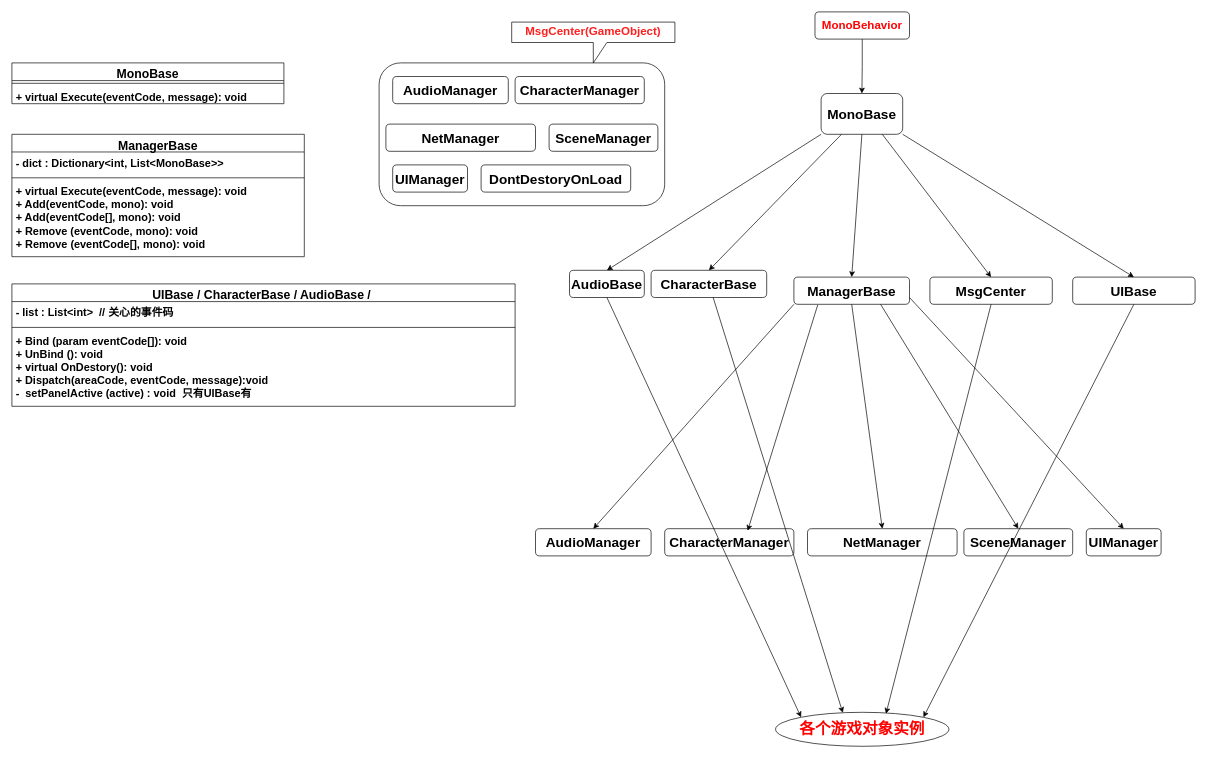
This is 网络斗地主.drawio from chhelloworld/DrawRepository, a draw.io file, before an edit. Source tidied: cells renumbered, new cells numbered last; positions are measured from the earlier drawing's top-left corner, leaving out a move shared by most shapes. Both pictures are drawn from the tidied source at 68%, with x=0, y=0 at pixel (12, 12).
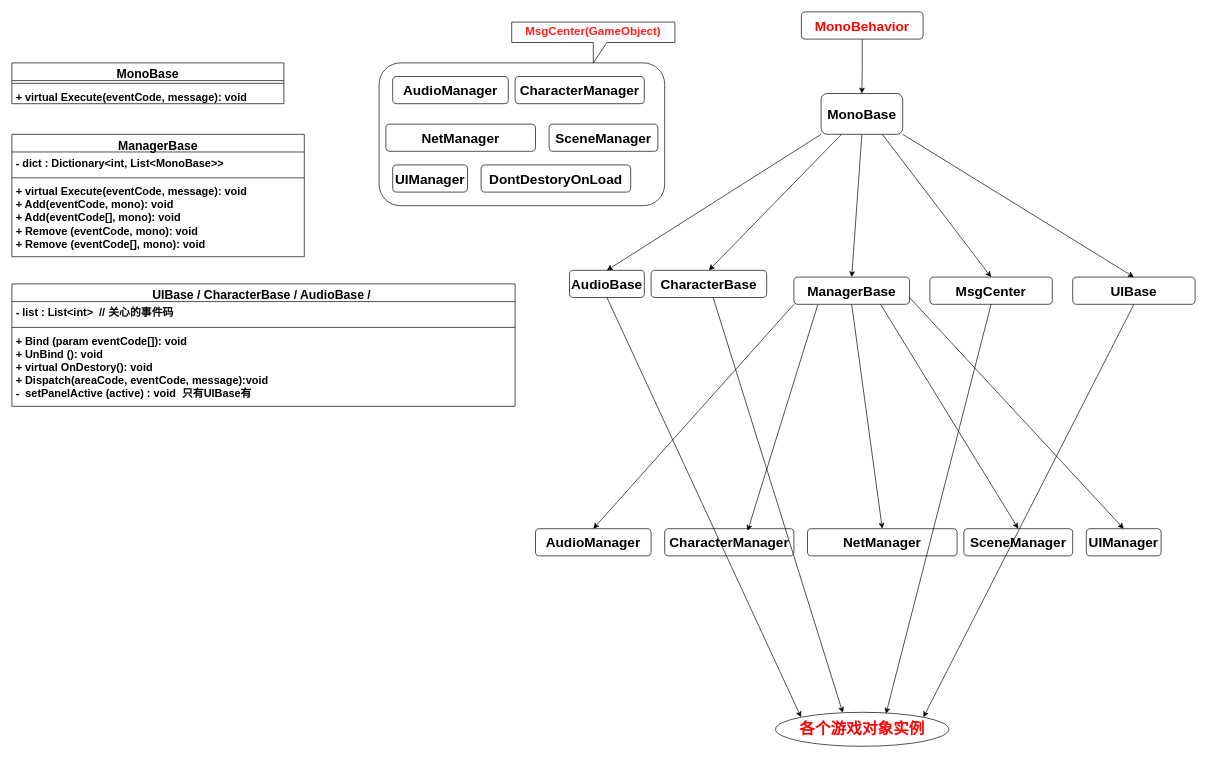
Above is the later version.

Commit message (it also covers changes not shown here):
更新网络斗地主.drawio

Diff of the diagram source:
```diff
@@
-    <mxCell id="3" value="&lt;font color=&quot;#ff0303&quot; style=&quot;font-size: 17px;&quot;&gt;&lt;b&gt;MonoBehavior&lt;/b&gt;&lt;/font&gt;" style="rounded=1;whiteSpace=wrap;html=1;" parent="1" vertex="1">
-      <mxGeometry x="1181" width="139" height="40" as="geometry" />
+    <mxCell id="3" value="&lt;font size=&quot;1&quot; color=&quot;#ff0303&quot; style=&quot;&quot;&gt;&lt;b style=&quot;font-size: 20px;&quot;&gt;MonoBehavior&lt;/b&gt;&lt;/font&gt;" style="rounded=1;whiteSpace=wrap;html=1;" parent="1" vertex="1">
+      <mxGeometry x="1161" width="179" height="40" as="geometry" />
     </mxCell>
```
